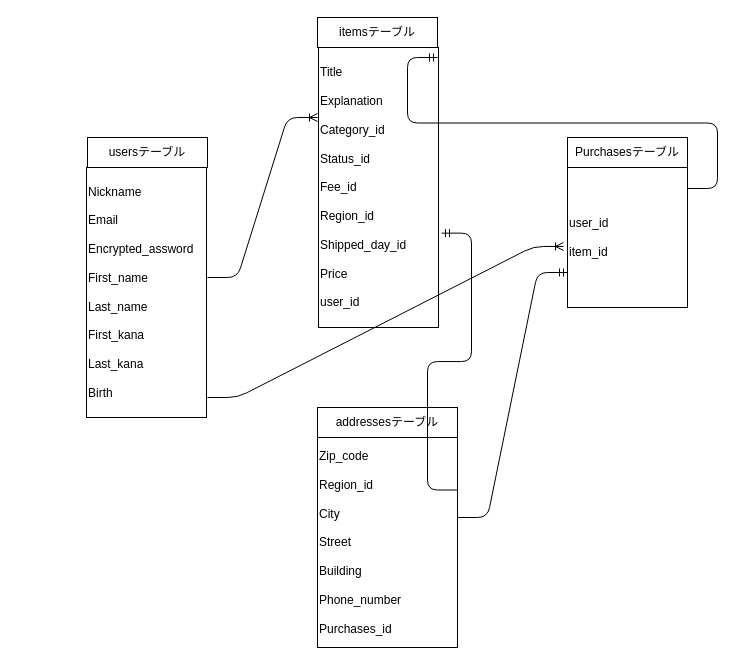
Mmy26/furima-36994 keeps this draw.io diagram as test.dio. Above is the earlier version. Source tidied: cells renumbered, new cells numbered last; positions are measured from the earlier drawing's top-left corner, leaving out a move shared by most shapes. Both pictures are drawn from the tidied source at 100%, with x=0, y=0 at pixel (17, 17).
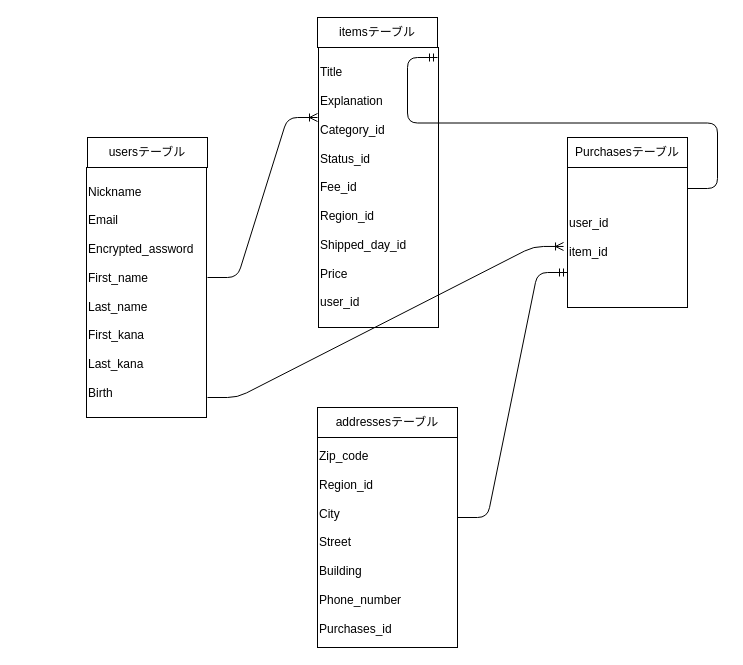
Above is the later version.

Unchanged cells that the change refers to:
```xml
<mxCell id="5" value="&lt;span&gt;Title&lt;br&gt;&lt;/span&gt;&lt;br&gt;&lt;span&gt;Explanation&lt;/span&gt;&lt;br&gt;&lt;span&gt;&lt;br&gt;Category_id&lt;/span&gt;&lt;br&gt;&lt;span&gt;&lt;br&gt;Status_id&lt;br&gt;&lt;br&gt;&lt;/span&gt;Fee_id&lt;br&gt;&lt;br&gt;Region_id&lt;br&gt;&lt;br&gt;Shipped_day_id&lt;br&gt;&lt;br&gt;Price&lt;br&gt;&lt;span&gt;&lt;br&gt;user_id&lt;br&gt;&lt;/span&gt;" style="whiteSpace=wrap;html=1;rounded=0;sketch=0;align=left;" parent="1" vertex="1">
  <mxGeometry x="301" y="30" width="120" height="280" as="geometry" />
</mxCell>
<mxCell id="11" value="&lt;span&gt;Zip_code&lt;br&gt;&lt;/span&gt;&lt;br&gt;&lt;span&gt;Region_id&lt;br&gt;&lt;/span&gt;&lt;br&gt;&lt;span&gt;City&lt;br&gt;&lt;/span&gt;&lt;br&gt;&lt;span&gt;Street&lt;br&gt;&lt;/span&gt;&lt;br&gt;&lt;span&gt;Building&lt;br&gt;&lt;/span&gt;&lt;br&gt;&lt;span&gt;Phone_number&lt;br&gt;&lt;/span&gt;&lt;br&gt;&lt;span&gt;Purchases_id&lt;/span&gt;" style="whiteSpace=wrap;html=1;rounded=0;sketch=0;align=left;" parent="1" vertex="1">
  <mxGeometry x="300" y="420" width="140" height="210" as="geometry" />
</mxCell>
```

What changed in the source:
```diff
@@
-    <mxCell id="14" style="edgeStyle=entityRelationEdgeStyle;fontSize=12;html=1;endArrow=ERmandOne;entryX=1.025;entryY=0.663;entryDx=0;entryDy=0;exitX=1;exitY=0.25;exitDx=0;exitDy=0;entryPerimeter=0;" parent="1" edge="1" source="11" target="5">
-      <mxGeometry relative="1" as="geometry" />
-    </mxCell>
```
